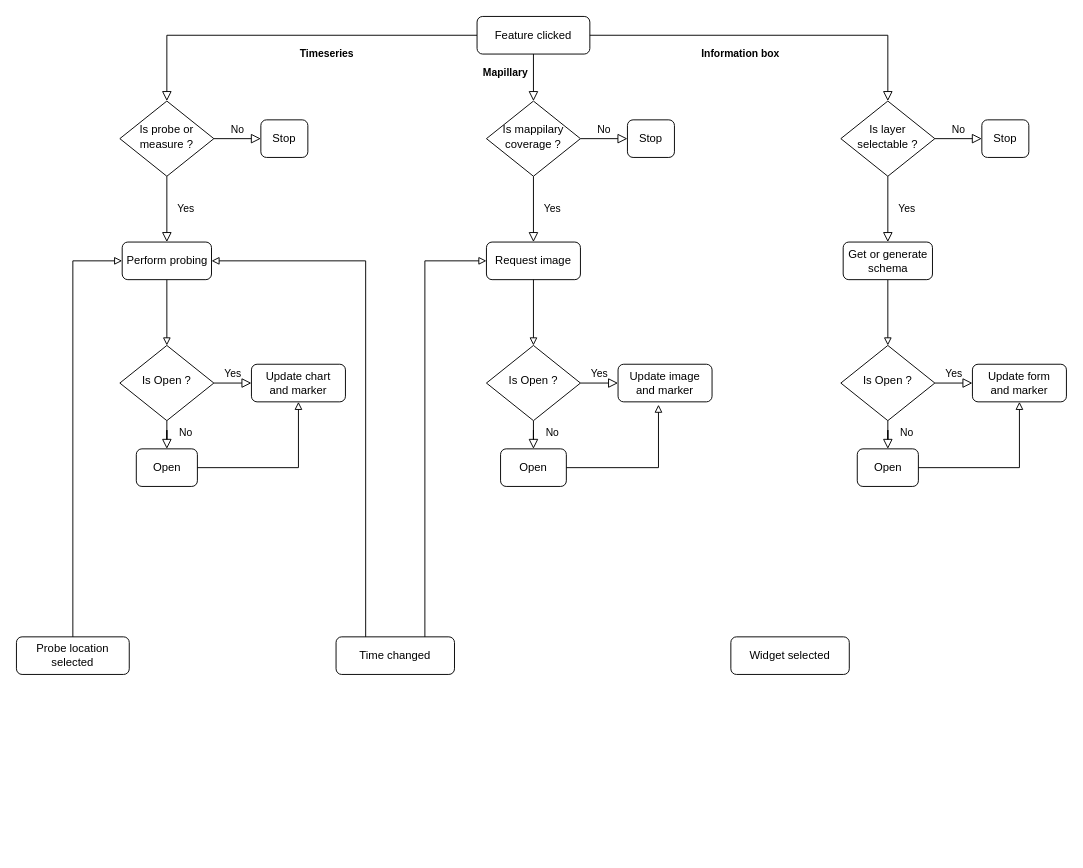
Before: docs/assets/Widgets Workflow Diagram.drawio in kalisio/kdk, a draw.io diagram. Source tidied: cells renumbered, new cells numbered last; positions are measured from the earlier drawing's top-left corner, leaving out a move shared by most shapes. Both pictures are drawn from the tidied source at 94%, with x=0, y=0 at pixel (16, 16).
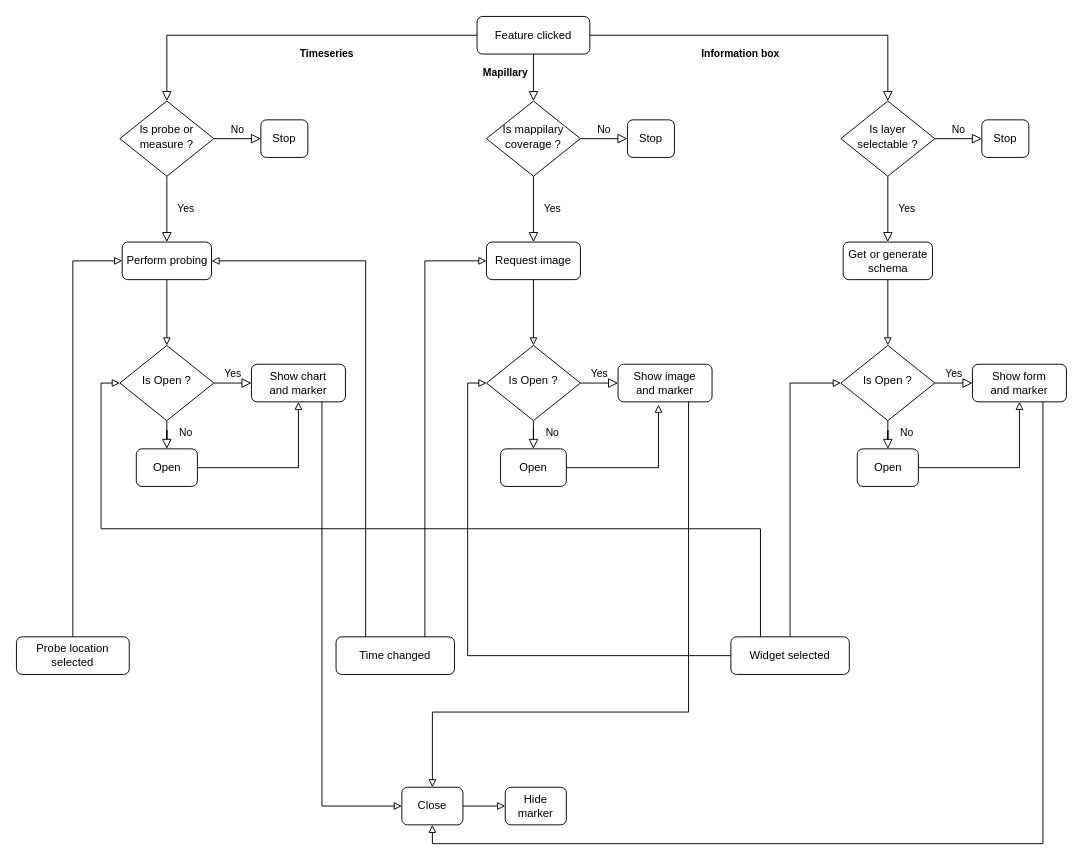
The same page after the edit.

The change refers to these unchanged cells:
```xml
<mxCell id="10" value="Is Open ?" style="rhombus;whiteSpace=wrap;html=1;shadow=0;fontFamily=Helvetica;fontSize=12;align=center;strokeWidth=1;spacing=6;spacingTop=-4;" parent="1" vertex="1">
  <mxGeometry x="110" y="350" width="100" height="80" as="geometry" />
</mxCell>
<mxCell id="21" value="Is Open ?" style="rhombus;whiteSpace=wrap;html=1;shadow=0;fontFamily=Helvetica;fontSize=12;align=center;strokeWidth=1;spacing=6;spacingTop=-4;" parent="1" vertex="1">
  <mxGeometry x="500" y="350" width="100" height="80" as="geometry" />
</mxCell>
<mxCell id="35" value="Is Open ?" style="rhombus;whiteSpace=wrap;html=1;shadow=0;fontFamily=Helvetica;fontSize=12;align=center;strokeWidth=1;spacing=6;spacingTop=-4;" parent="1" vertex="1">
  <mxGeometry x="877" y="350" width="100" height="80" as="geometry" />
</mxCell>
<mxCell id="47" value="Widget selected" style="rounded=1;whiteSpace=wrap;html=1;fontSize=12;glass=0;strokeWidth=1;shadow=0;" parent="1" vertex="1">
  <mxGeometry x="760" y="660" width="126" height="40" as="geometry" />
</mxCell>
```

The edit, as a diff of the source:
```diff
@@
-    <mxCell id="12" value="Update chart&lt;br&gt;and marker" style="rounded=1;whiteSpace=wrap;html=1;fontSize=12;glass=0;strokeWidth=1;shadow=0;" parent="1" vertex="1">
+    <mxCell id="12" value="Show chart&lt;br&gt;and marker" style="rounded=1;whiteSpace=wrap;html=1;fontSize=12;glass=0;strokeWidth=1;shadow=0;" parent="1" vertex="1">
       <mxGeometry x="250" y="370" width="100" height="40" as="geometry" />
     </mxCell>
@@
-    <mxCell id="23" value="Update image&lt;br&gt;and marker" style="rounded=1;whiteSpace=wrap;html=1;fontSize=12;glass=0;strokeWidth=1;shadow=0;" parent="1" vertex="1">
+    <mxCell id="23" value="Show&amp;nbsp;image&lt;br&gt;and marker" style="rounded=1;whiteSpace=wrap;html=1;fontSize=12;glass=0;strokeWidth=1;shadow=0;" parent="1" vertex="1">
       <mxGeometry x="640" y="370" width="100" height="40" as="geometry" />
     </mxCell>
@@
-    <mxCell id="37" value="Update form&lt;br&gt;and marker" style="rounded=1;whiteSpace=wrap;html=1;fontSize=12;glass=0;strokeWidth=1;shadow=0;" parent="1" vertex="1">
+    <mxCell id="37" value="Show&amp;nbsp;form&lt;br&gt;and marker" style="rounded=1;whiteSpace=wrap;html=1;fontSize=12;glass=0;strokeWidth=1;shadow=0;" parent="1" vertex="1">
       <mxGeometry x="1017" y="370" width="100" height="40" as="geometry" />
     </mxCell>
@@
+    <mxCell id="48" style="edgeStyle=orthogonalEdgeStyle;rounded=0;jettySize=auto;html=1;exitX=0.5;exitY=0;exitDx=0;exitDy=0;entryX=0;entryY=0.5;entryDx=0;entryDy=0;endArrow=block;endFill=0;" parent="1" edge="1" source="47" target="35">
+      <mxGeometry relative="1" as="geometry" />
+    </mxCell>
+    <mxCell id="49" style="edgeStyle=orthogonalEdgeStyle;rounded=0;jettySize=auto;html=1;exitX=0;exitY=0.5;exitDx=0;exitDy=0;entryX=0;entryY=0.5;entryDx=0;entryDy=0;endArrow=block;endFill=0;" parent="1" edge="1" source="47" target="21">
+      <mxGeometry relative="1" as="geometry" />
+    </mxCell>
+    <mxCell id="50" style="edgeStyle=orthogonalEdgeStyle;rounded=0;jettySize=auto;html=1;exitX=0.25;exitY=0;exitDx=0;exitDy=0;entryX=0;entryY=0.5;entryDx=0;entryDy=0;endArrow=block;endFill=0;" parent="1" edge="1" source="47" target="10">
+      <mxGeometry relative="1" as="geometry" />
+    </mxCell>
+    <mxCell id="51" value="Close" style="rounded=1;whiteSpace=wrap;html=1;fontSize=12;glass=0;strokeWidth=1;shadow=0;" parent="1" vertex="1">
+      <mxGeometry x="410" y="820" width="65" height="40" as="geometry" />
+    </mxCell>
+    <mxCell id="52" style="edgeStyle=orthogonalEdgeStyle;rounded=0;jettySize=auto;html=1;exitX=0.75;exitY=1;exitDx=0;exitDy=0;entryX=0;entryY=0.5;entryDx=0;entryDy=0;endArrow=block;endFill=0;" parent="1" edge="1" source="12" target="51">
+      <mxGeometry relative="1" as="geometry" />
+    </mxCell>
+    <mxCell id="53" value="Hide marker" style="rounded=1;whiteSpace=wrap;html=1;fontSize=12;glass=0;strokeWidth=1;shadow=0;" parent="1" vertex="1">
+      <mxGeometry x="520" y="820" width="65" height="40" as="geometry" />
+    </mxCell>
+    <mxCell id="54" style="edgeStyle=orthogonalEdgeStyle;rounded=0;jettySize=auto;html=1;exitX=1;exitY=0.5;exitDx=0;exitDy=0;entryX=0;entryY=0.5;entryDx=0;entryDy=0;endArrow=block;endFill=0;" parent="1" edge="1" source="51" target="53">
+      <mxGeometry relative="1" as="geometry" />
+    </mxCell>
+    <mxCell id="55" style="edgeStyle=orthogonalEdgeStyle;rounded=0;jettySize=auto;html=1;exitX=0.75;exitY=1;exitDx=0;exitDy=0;endArrow=block;endFill=0;entryX=0.5;entryY=0;entryDx=0;entryDy=0;" parent="1" edge="1" source="23" target="51">
+      <mxGeometry relative="1" as="geometry">
+        <Array as="points">
+          <mxPoint x="715" y="740" />
+          <mxPoint x="443" y="740" />
+        </Array>
+      </mxGeometry>
+    </mxCell>
+    <mxCell id="56" style="edgeStyle=orthogonalEdgeStyle;rounded=0;jettySize=auto;html=1;exitX=0.75;exitY=1;exitDx=0;exitDy=0;entryX=0.5;entryY=1;entryDx=0;entryDy=0;endArrow=block;endFill=0;" parent="1" edge="1" source="37" target="51">
+      <mxGeometry relative="1" as="geometry" />
+    </mxCell>
```
